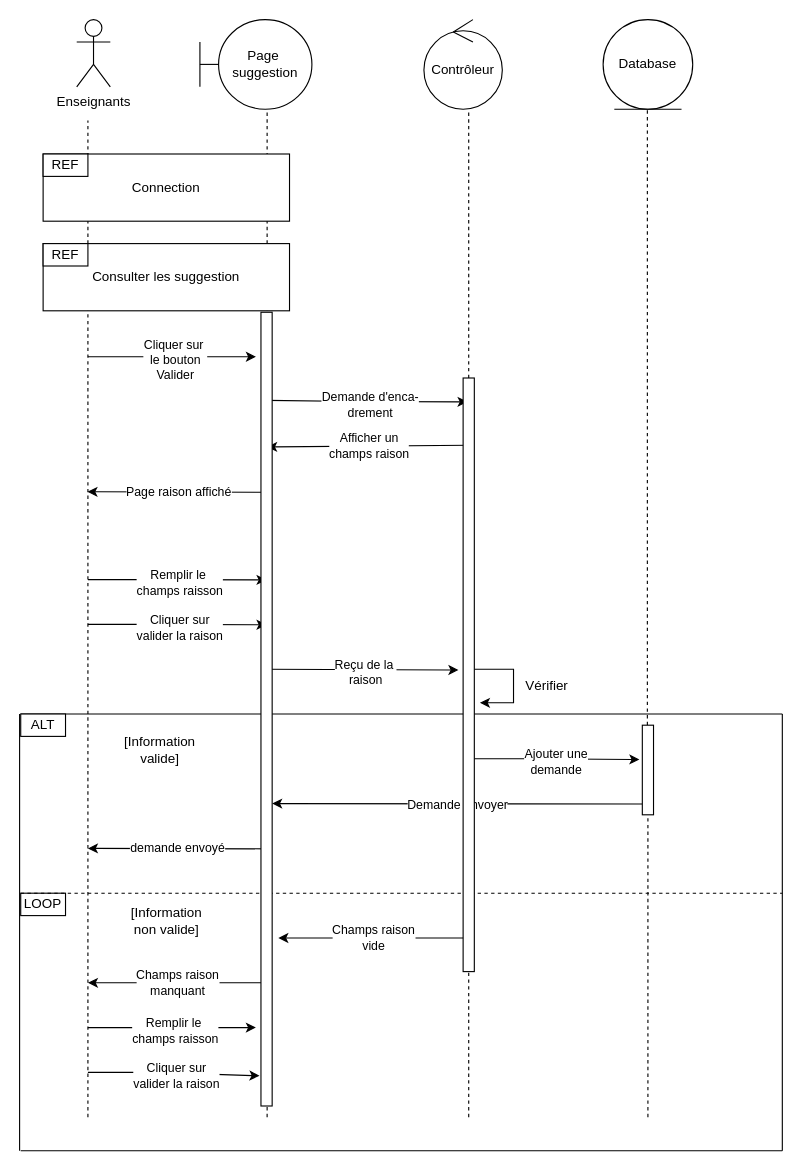
stormsidali2001/PFE_third_year_school_project_front keeps this draw.io diagram as diagrams/ProposerEncadrement(prof).drawio. Above is the earlier version. Source tidied: cells renumbered, new cells numbered last; positions are measured from the earlier drawing's top-left corner, leaving out a move shared by most shapes. Both pictures are drawn from the tidied source at 112%, with x=0, y=0 at pixel (19, 19).
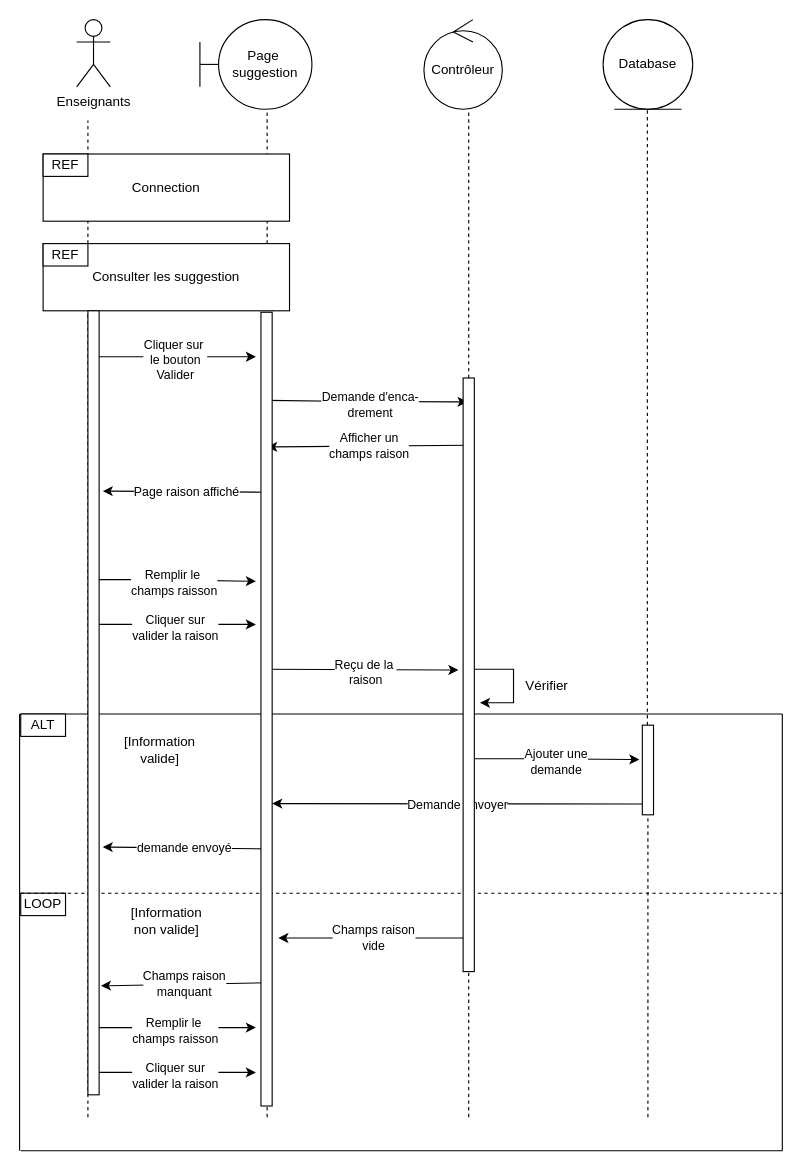
After the change.

The change refers to these unchanged cells:
```xml
<mxCell id="50" style="html=1;points=[];perimeter=orthogonalPerimeter;" parent="1" vertex="1">
  <mxGeometry x="215.5" y="261.3" width="10" height="708.7" as="geometry" />
</mxCell>
```

Diff of the diagram source:
```diff
@@
-    <mxCell id="20" style="endArrow=classic;html=1;rounded=0;entryX=1.312;entryY=0.742;entryDx=0;entryDy=0;entryPerimeter=0;" parent="1" edge="1">
+    <mxCell id="20" style="endArrow=classic;html=1;rounded=0;entryX=1.32;entryY=0.23;entryDx=0;entryDy=0;entryPerimeter=0;" parent="1" edge="1" target="55">
       <mxGeometry relative="1" as="geometry">
         <mxPoint x="221" y="422" as="sourcePoint" />
-        <mxPoint x="60.6" y="421.6" as="targetPoint" />
       </mxGeometry>
     </mxCell>
@@
-    <mxCell id="22" style="endArrow=classic;html=1;rounded=0;entryX=-0.05;entryY=0.571;entryDx=0;entryDy=0;entryPerimeter=0;" parent="1" edge="1">
+    <mxCell id="22" style="endArrow=classic;html=1;rounded=0;entryX=-0.45;entryY=0.339;entryDx=0;entryDy=0;entryPerimeter=0;" parent="1" edge="1" target="50">
       <mxGeometry relative="1" as="geometry">
         <mxPoint x="61" y="500" as="sourcePoint" />
-        <mxPoint x="220.5" y="500.3" as="targetPoint" />
         <Array as="points">
           <mxPoint x="121.5" y="500" />
         </Array>
       </mxGeometry>
     </mxCell>
@@
-    <mxCell id="24" style="endArrow=classic;html=1;rounded=0;entryX=-0.05;entryY=0.571;entryDx=0;entryDy=0;entryPerimeter=0;" parent="1" edge="1">
+    <mxCell id="24" style="endArrow=classic;html=1;rounded=0;" parent="1" edge="1">
       <mxGeometry relative="1" as="geometry">
         <mxPoint x="61" y="540" as="sourcePoint" />
-        <mxPoint x="220.5" y="540.3" as="targetPoint" />
+        <mxPoint x="211" y="540" as="targetPoint" />
         <Array as="points">
           <mxPoint x="121.5" y="540" />
         </Array>
       </mxGeometry>
     </mxCell>
@@
-    <mxCell id="40" value="demande envoyé" style="endArrow=classic;html=1;rounded=0;entryX=1.312;entryY=0.742;entryDx=0;entryDy=0;entryPerimeter=0;" parent="1" edge="1">
+    <mxCell id="40" value="demande envoyé" style="endArrow=classic;html=1;rounded=0;entryX=1.32;entryY=0.684;entryDx=0;entryDy=0;entryPerimeter=0;" parent="1" edge="1" target="55">
       <mxGeometry relative="1" as="geometry">
         <mxPoint x="221.4" y="740.4" as="sourcePoint" />
-        <mxPoint x="61" y="740" as="targetPoint" />
       </mxGeometry>
     </mxCell>
@@
-    <mxCell id="43" value="Champs raison&lt;br&gt;manquant" style="endArrow=classic;html=1;rounded=0;entryX=1.312;entryY=0.742;entryDx=0;entryDy=0;entryPerimeter=0;" parent="1" edge="1">
+    <mxCell id="43" value="Champs raison&lt;br&gt;manquant" style="endArrow=classic;html=1;rounded=0;entryX=1.16;entryY=0.861;entryDx=0;entryDy=0;entryPerimeter=0;" parent="1" edge="1" target="55">
       <mxGeometry relative="1" as="geometry">
         <mxPoint x="221" y="860" as="sourcePoint" />
-        <mxPoint x="61" y="860" as="targetPoint" />
       </mxGeometry>
     </mxCell>
@@
-    <mxCell id="46" style="endArrow=classic;html=1;rounded=0;entryX=-0.13;entryY=0.962;entryDx=0;entryDy=0;entryPerimeter=0;" parent="1" edge="1" target="50">
+    <mxCell id="46" style="endArrow=classic;html=1;rounded=0;" parent="1" edge="1">
       <mxGeometry relative="1" as="geometry">
         <mxPoint x="61" y="940" as="sourcePoint" />
+        <mxPoint x="211" y="940" as="targetPoint" />
         <Array as="points">
           <mxPoint x="121.5" y="940" />
         </Array>
       </mxGeometry>
     </mxCell>
@@
+    <mxCell id="55" style="html=1;points=[];perimeter=orthogonalPerimeter;" parent="1" vertex="1">
+      <mxGeometry x="61" y="260" width="10" height="700" as="geometry" />
+    </mxCell>
```
